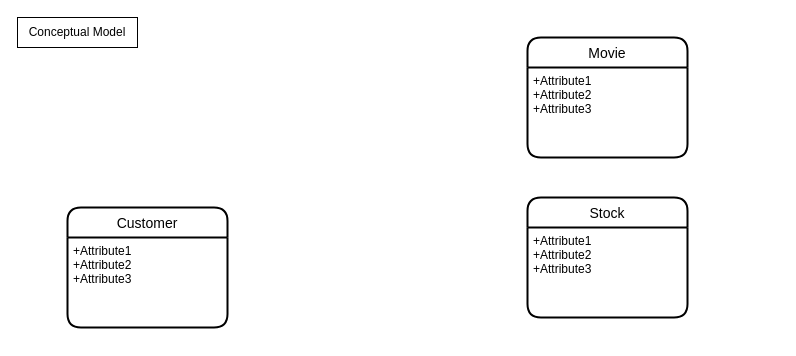
Above: vidly.drawio in SiloryL/Learning (draw.io), before the change. Source tidied: cells renumbered, new cells numbered last; positions are measured from the earlier drawing's top-left corner, leaving out a move shared by most shapes. Both pictures are drawn from the tidied source at 100%, with x=0, y=0 at pixel (17, 17).
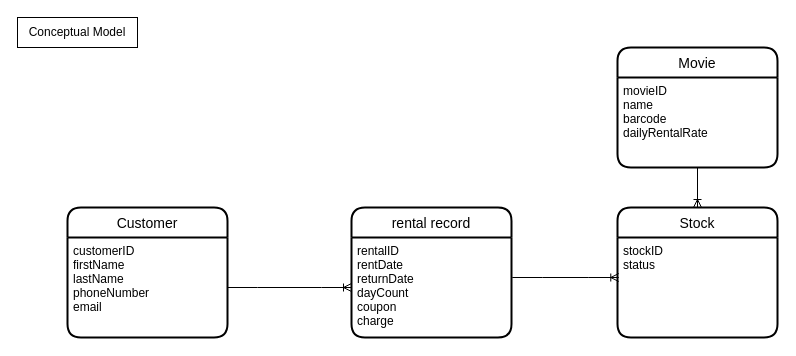
The same diagram, later.

Change to the diagram source:
```diff
@@
 <mxGraphModel>
   <root>
     <mxCell id="0" />
     <mxCell id="1" parent="0" />
     <mxCell id="2" value="Conceptual Model" style="rounded=0;whiteSpace=wrap;html=1;" parent="1" vertex="1">
       <mxGeometry width="120" height="30" as="geometry" />
     </mxCell>
     <mxCell id="3" value="Movie" style="swimlane;horizontal=1;startSize=30;rounded=1;fontSize=14;fontStyle=0;strokeWidth=2;shadow=0;dashed=0;align=center;" parent="1" vertex="1">
-      <mxGeometry x="510" y="20" width="160" height="120" as="geometry" />
+      <mxGeometry x="600" y="30" width="160" height="120" as="geometry" />
     </mxCell>
-    <mxCell id="4" value="+Attribute1&#10;+Attribute2&#10;+Attribute3" style="align=left;strokeColor=none;fillColor=none;spacingLeft=4;fontSize=12;verticalAlign=top;" parent="3" vertex="1">
+    <mxCell id="4" value="movieID&#10;name&#10;barcode&#10;dailyRentalRate" style="align=left;strokeColor=none;fillColor=none;spacingLeft=4;fontSize=12;verticalAlign=top;" parent="3" vertex="1">
       <mxGeometry y="30" width="160" height="90" as="geometry" />
     </mxCell>
     <mxCell id="5" value="Stock" style="swimlane;horizontal=1;startSize=30;rounded=1;fontSize=14;fontStyle=0;strokeWidth=2;shadow=0;dashed=0;align=center;" parent="1" vertex="1">
-      <mxGeometry x="510" y="180" width="160" height="120" as="geometry" />
+      <mxGeometry x="600" y="190" width="160" height="130" as="geometry" />
     </mxCell>
-    <mxCell id="6" value="+Attribute1&#10;+Attribute2&#10;+Attribute3" style="align=left;strokeColor=none;fillColor=none;spacingLeft=4;fontSize=12;verticalAlign=top;" parent="5" vertex="1">
-      <mxGeometry y="30" width="160" height="90" as="geometry" />
+    <mxCell id="6" value="stockID&#10;status" style="align=left;strokeColor=none;fillColor=none;spacingLeft=4;fontSize=12;verticalAlign=top;" parent="5" vertex="1">
+      <mxGeometry y="30" width="160" height="100" as="geometry" />
     </mxCell>
     <mxCell id="7" value="Customer" style="swimlane;horizontal=1;startSize=30;rounded=1;fontSize=14;fontStyle=0;strokeWidth=2;shadow=0;dashed=0;align=center;" parent="1" vertex="1">
-      <mxGeometry x="50" y="190" width="160" height="120" as="geometry" />
+      <mxGeometry x="50" y="190" width="160" height="130" as="geometry" />
     </mxCell>
-    <mxCell id="8" value="+Attribute1&#10;+Attribute2&#10;+Attribute3" style="align=left;strokeColor=none;fillColor=none;spacingLeft=4;fontSize=12;verticalAlign=top;" parent="7" vertex="1">
-      <mxGeometry y="30" width="160" height="90" as="geometry" />
+    <mxCell id="8" value="customerID&#10;firstName&#10;lastName&#10;phoneNumber&#10;email" style="align=left;strokeColor=none;fillColor=none;spacingLeft=4;fontSize=12;verticalAlign=top;" parent="7" vertex="1">
+      <mxGeometry y="30" width="160" height="100" as="geometry" />
     </mxCell>
+    <mxCell id="9" value="rental record" style="swimlane;horizontal=1;startSize=30;rounded=1;fontSize=14;fontStyle=0;strokeWidth=2;shadow=0;dashed=0;align=center;" parent="1" vertex="1">
+      <mxGeometry x="334" y="190" width="160" height="130" as="geometry" />
+    </mxCell>
+    <mxCell id="10" value="rentalID&#10;rentDate&#10;returnDate&#10;dayCount&#10;coupon&#10;charge" style="align=left;strokeColor=none;fillColor=none;spacingLeft=4;fontSize=12;verticalAlign=top;" parent="9" vertex="1">
+      <mxGeometry y="30" width="160" height="100" as="geometry" />
+    </mxCell>
+    <mxCell id="11" style="fontSize=12;html=1;endArrow=ERoneToMany;rounded=0;exitX=0.5;exitY=1;exitDx=0;exitDy=0;entryX=0.5;entryY=0;entryDx=0;entryDy=0;" parent="1" edge="1" source="4" target="5">
+      <mxGeometry relative="1" as="geometry" />
+    </mxCell>
+    <mxCell id="12" style="edgeStyle=entityRelationEdgeStyle;fontSize=12;html=1;endArrow=ERoneToMany;rounded=0;exitX=1.005;exitY=0.4;exitDx=0;exitDy=0;exitPerimeter=0;entryX=0.008;entryY=0.4;entryDx=0;entryDy=0;entryPerimeter=0;" parent="1" edge="1" source="10" target="6">
+      <mxGeometry relative="1" as="geometry" />
+    </mxCell>
+    <mxCell id="13" style="edgeStyle=entityRelationEdgeStyle;fontSize=12;html=1;endArrow=ERoneToMany;rounded=0;exitX=1;exitY=0.5;exitDx=0;exitDy=0;entryX=0;entryY=0.5;entryDx=0;entryDy=0;" parent="1" edge="1" source="8" target="10">
+      <mxGeometry relative="1" as="geometry" />
+    </mxCell>
   </root>
 </mxGraphModel>
```
